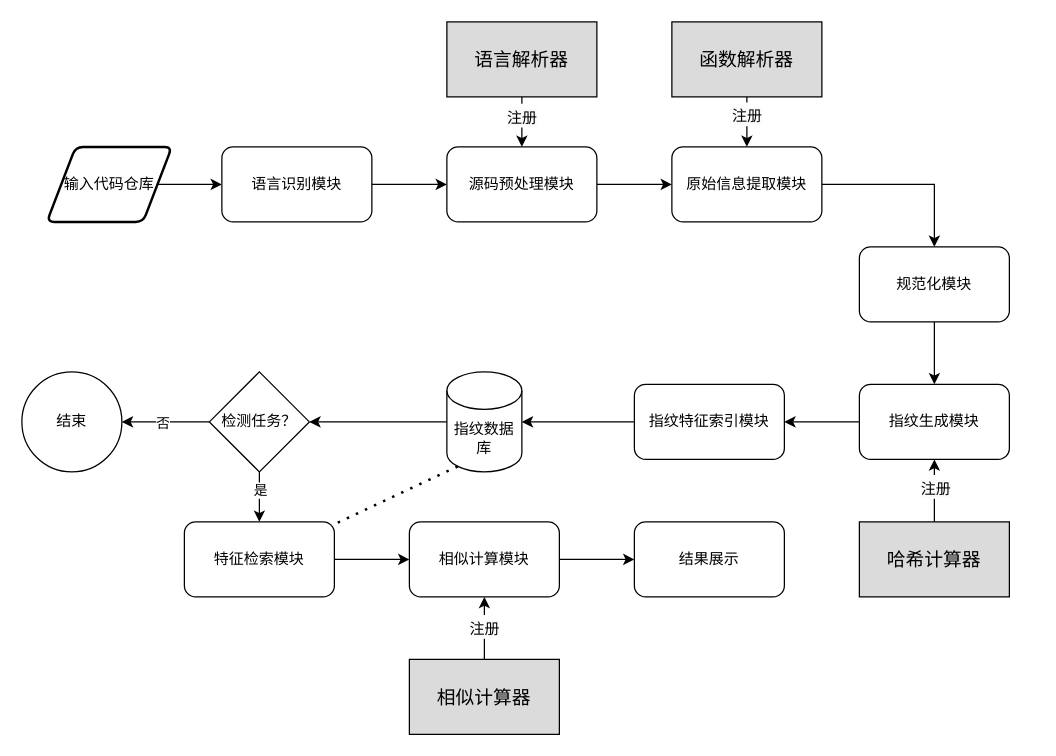
Above: 系统实现图.drawio in wanghaoxu001/cloudimg (draw.io), before the change. Source tidied: cells renumbered, new cells numbered last; positions are measured from the earlier drawing's top-left corner, leaving out a move shared by most shapes. Both pictures are drawn from the tidied source at 125%, with x=0, y=0 at pixel (21, 21).
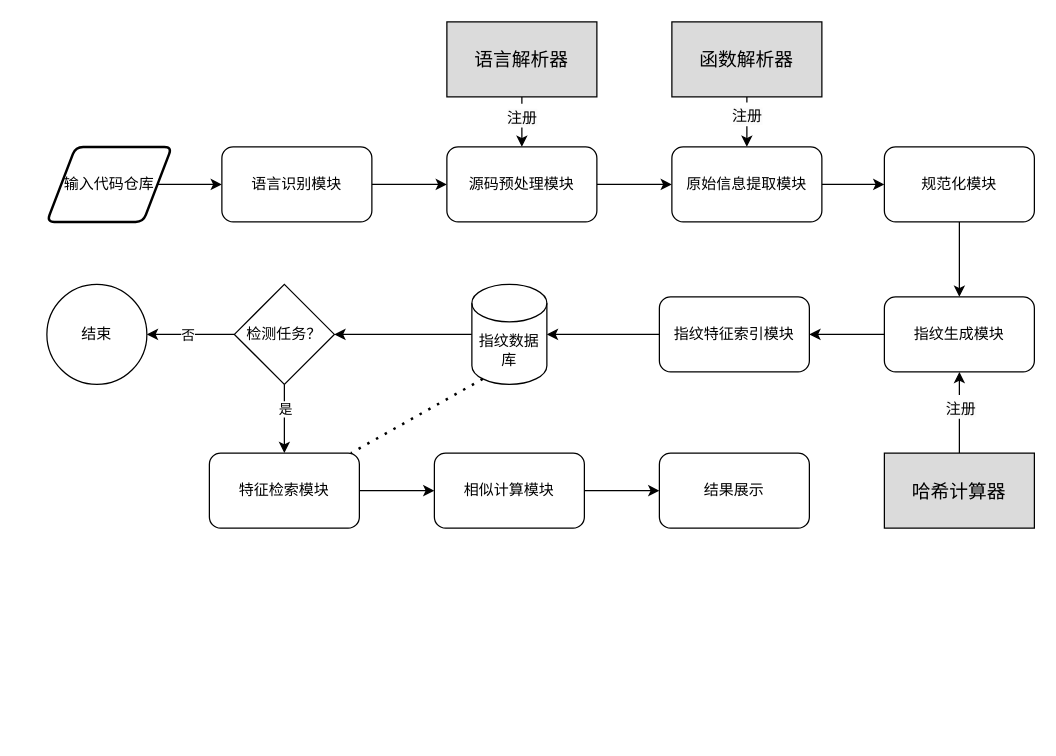
The same page after the edit.

Commit message:
更新系统实现图.drawio

Diff of the diagram source:
```diff
@@
     <mxCell id="11" value="规范化模块" style="rounded=1;whiteSpace=wrap;html=1;" parent="1" vertex="1">
-      <mxGeometry x="670" y="180" width="120" height="60" as="geometry" />
+      <mxGeometry x="690" y="100" width="120" height="60" as="geometry" />
     </mxCell>
@@
     <mxCell id="13" value="指纹生成模块" style="rounded=1;whiteSpace=wrap;html=1;" parent="1" vertex="1">
-      <mxGeometry x="670" y="290" width="120" height="60" as="geometry" />
+      <mxGeometry x="690" y="220" width="120" height="60" as="geometry" />
     </mxCell>
@@
     <mxCell id="15" value="指纹特征索引模块" style="rounded=1;whiteSpace=wrap;html=1;" parent="1" vertex="1">
-      <mxGeometry x="490" y="290" width="120" height="60" as="geometry" />
+      <mxGeometry x="510" y="220" width="120" height="60" as="geometry" />
     </mxCell>
@@
     <mxCell id="17" value="指纹数据库" style="shape=cylinder3;whiteSpace=wrap;html=1;boundedLbl=1;backgroundOutline=1;size=15;" parent="1" vertex="1">
-      <mxGeometry x="340" y="280" width="60" height="80" as="geometry" />
+      <mxGeometry x="360" y="210" width="60" height="80" as="geometry" />
     </mxCell>
@@
     <mxCell id="22" value="检测任务？" style="rhombus;whiteSpace=wrap;html=1;" parent="1" vertex="1">
-      <mxGeometry x="150" y="280" width="80" height="80" as="geometry" />
+      <mxGeometry x="170" y="210" width="80" height="80" as="geometry" />
     </mxCell>
     <mxCell id="23" value="结束" style="ellipse;whiteSpace=wrap;html=1;" parent="1" vertex="1">
-      <mxGeometry y="280" width="80" height="80" as="geometry" />
+      <mxGeometry x="20" y="210" width="80" height="80" as="geometry" />
     </mxCell>
@@
     <mxCell id="25" value="特征检索模块" style="rounded=1;whiteSpace=wrap;html=1;" parent="1" vertex="1">
-      <mxGeometry x="130" y="400" width="120" height="60" as="geometry" />
+      <mxGeometry x="150" y="345" width="120" height="60" as="geometry" />
     </mxCell>
@@
     <mxCell id="27" value="相似计算模块" style="rounded=1;whiteSpace=wrap;html=1;" parent="1" vertex="1">
-      <mxGeometry x="310" y="400" width="120" height="60" as="geometry" />
+      <mxGeometry x="330" y="345" width="120" height="60" as="geometry" />
     </mxCell>
@@
     <mxCell id="37" value="哈希计算器" style="rounded=0;whiteSpace=wrap;html=1;fillColor=#DBDBDB;fontSize=15;" parent="1" vertex="1">
-      <mxGeometry x="670" y="400" width="120" height="60" as="geometry" />
+      <mxGeometry x="690" y="345" width="120" height="60" as="geometry" />
     </mxCell>
-    <mxCell id="38" style="edgeStyle=none;rounded=0;jettySize=auto;html=1;" parent="1" edge="1" source="40" target="27">
-      <mxGeometry relative="1" as="geometry" />
-    </mxCell>
-    <mxCell id="39" value="&lt;span style=&quot;font-size: 12px; background-color: rgb(251, 251, 251);&quot;&gt;注册&lt;/span&gt;" style="edgeLabel;html=1;align=center;verticalAlign=middle;fontSize=16;" parent="38" vertex="1">
-      <mxGeometry x="0.08" y="1" relative="1" as="geometry" />
-    </mxCell>
-    <mxCell id="40" value="相似计算器" style="rounded=0;whiteSpace=wrap;html=1;fillColor=#DBDBDB;fontSize=15;" parent="1" vertex="1">
-      <mxGeometry x="310" y="510" width="120" height="60" as="geometry" />
-    </mxCell>
     <mxCell id="41" value="结果展示" style="rounded=1;whiteSpace=wrap;html=1;" parent="1" vertex="1">
-      <mxGeometry x="490" y="400" width="120" height="60" as="geometry" />
+      <mxGeometry x="510" y="345" width="120" height="60" as="geometry" />
     </mxCell>
```
